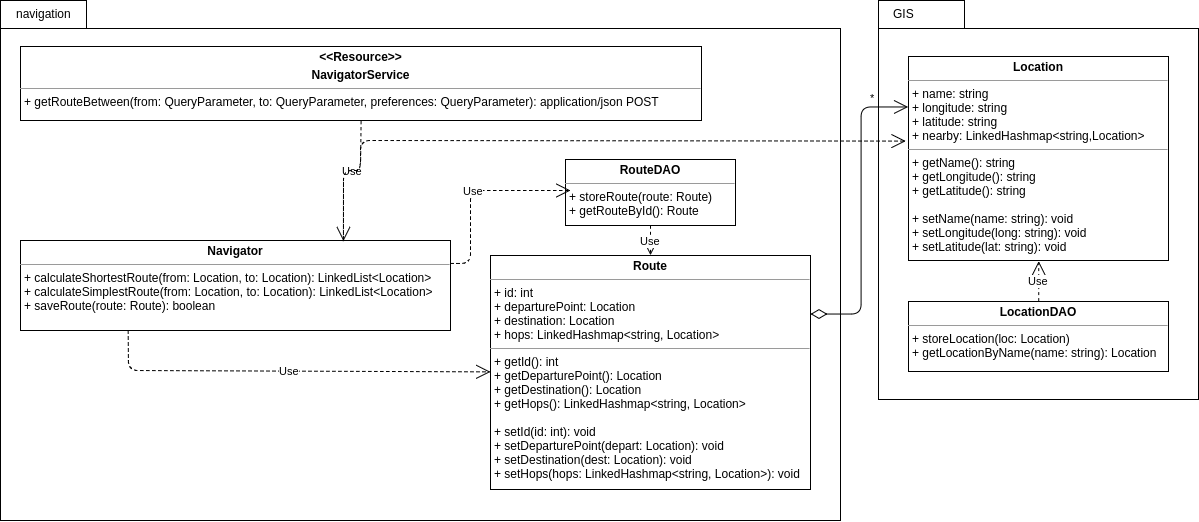
ClaudioMDS/yacc_team_round_2 keeps this draw.io diagram as images/class/NavigationClassDiagram.png. Above is the earlier version. Source tidied: cells renumbered, new cells last; positions are measured from the earlier drawing's top-left corner, leaving out a move shared by most shapes.
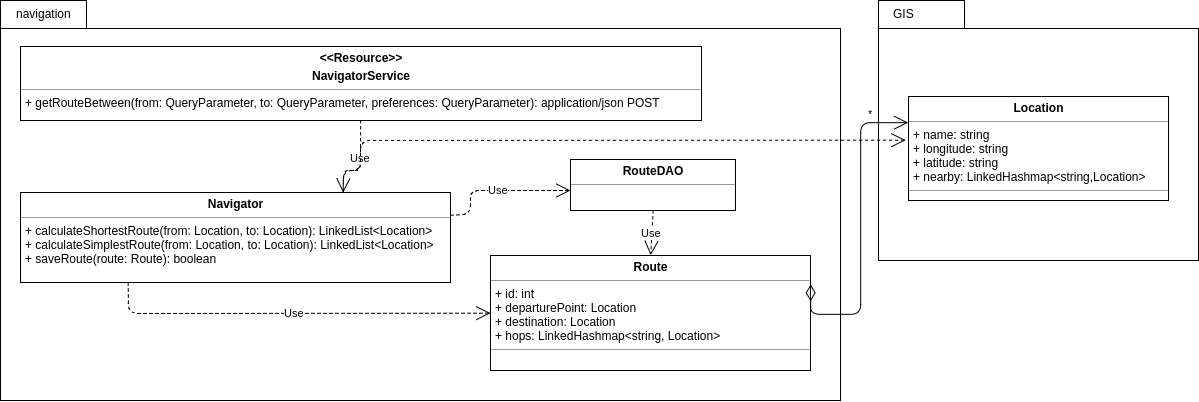
Above is the later version.

Commit message:
Updated class diagram PNGs

What changed in the source:
```diff
@@ -2,39 +2,33 @@
   <root>
     <mxCell id="0" style="html=1;" />
     <mxCell id="1" style="html=1;" parent="0" />
-    <mxCell id="2" style="shape=folder;fontStyle=1;spacingTop=10;tabWidth=86;tabHeight=28;tabPosition=left;html=1;" parent="1" vertex="1">
-      <mxGeometry x="878" width="320" height="399" as="geometry" />
-    </mxCell>
-    <mxCell id="3" style="shape=folder;fontStyle=1;spacingTop=10;tabWidth=86;tabHeight=28;tabPosition=left;html=1;" parent="1" vertex="1">
-      <mxGeometry width="840" height="520" as="geometry" />
-    </mxCell>
-    <mxCell id="4" value="&lt;p style=&quot;margin: 0px ; margin-top: 4px ; text-align: center&quot;&gt;&lt;b&gt;Location&lt;/b&gt;&lt;/p&gt;&lt;hr size=&quot;1&quot;&gt;&lt;p style=&quot;margin: 0px ; margin-left: 4px&quot;&gt;+ name: string&lt;/p&gt;&lt;p style=&quot;margin: 0px ; margin-left: 4px&quot;&gt;+ longitude: string&lt;br&gt;&lt;/p&gt;&lt;p style=&quot;margin: 0px ; margin-left: 4px&quot;&gt;+ latitude: string&lt;/p&gt;&lt;p style=&quot;margin: 0px ; margin-left: 4px&quot;&gt;+ nearby: LinkedHashmap&amp;lt;string,Location&amp;gt;&lt;/p&gt;&lt;hr size=&quot;1&quot;&gt;&lt;p style=&quot;margin: 0px ; margin-left: 4px&quot;&gt;+ getName(): string&lt;/p&gt;&lt;p style=&quot;margin: 0px ; margin-left: 4px&quot;&gt;+ getLongitude(): string&lt;/p&gt;&lt;p style=&quot;margin: 0px ; margin-left: 4px&quot;&gt;+ getLatitude(): string&lt;/p&gt;&lt;p style=&quot;margin: 0px ; margin-left: 4px&quot;&gt;&lt;br&gt;&lt;/p&gt;&lt;p style=&quot;margin: 0px ; margin-left: 4px&quot;&gt;+ setName(name: string): void&lt;/p&gt;&lt;p style=&quot;margin: 0px ; margin-left: 4px&quot;&gt;+ setLongitude(long: string): void&lt;/p&gt;&lt;p style=&quot;margin: 0px ; margin-left: 4px&quot;&gt;+ setLatitude(lat: string): void&lt;/p&gt;" style="verticalAlign=top;align=left;overflow=fill;fontSize=12;fontFamily=Helvetica;html=1;" parent="1" vertex="1">
-      <mxGeometry x="908" y="56" width="260" height="204" as="geometry" />
-    </mxCell>
+    <mxCell id="19" style="shape=folder;fontStyle=1;spacingTop=10;tabWidth=86;tabHeight=28;tabPosition=left;html=1;" parent="1" vertex="1">
+      <mxGeometry x="878" width="320" height="260" as="geometry" />
+    </mxCell>
+    <mxCell id="20" style="shape=folder;fontStyle=1;spacingTop=10;tabWidth=86;tabHeight=28;tabPosition=left;html=1;" parent="1" vertex="1">
+      <mxGeometry width="840" height="400" as="geometry" />
+    </mxCell>
+    <mxCell id="21" value="&lt;p style=&quot;margin: 0px ; margin-top: 4px ; text-align: center&quot;&gt;&lt;b&gt;Location&lt;/b&gt;&lt;/p&gt;&lt;hr size=&quot;1&quot;&gt;&lt;p style=&quot;margin: 0px ; margin-left: 4px&quot;&gt;+ name: string&lt;/p&gt;&lt;p style=&quot;margin: 0px ; margin-left: 4px&quot;&gt;+ longitude: string&lt;br&gt;&lt;/p&gt;&lt;p style=&quot;margin: 0px ; margin-left: 4px&quot;&gt;+ latitude: string&lt;/p&gt;&lt;p style=&quot;margin: 0px ; margin-left: 4px&quot;&gt;+ nearby: LinkedHashmap&amp;lt;string,Location&amp;gt;&lt;/p&gt;&lt;hr size=&quot;1&quot;&gt;&lt;p style=&quot;margin: 0px ; margin-left: 4px&quot;&gt;&lt;br&gt;&lt;/p&gt;" style="verticalAlign=top;align=left;overflow=fill;fontSize=12;fontFamily=Helvetica;html=1;" parent="1" vertex="1">
+      <mxGeometry x="908" y="96" width="260" height="104" as="geometry" />
+    </mxCell>
     <mxCell id="5" value="navigation" style="text;html=1;strokeColor=none;fillColor=none;align=left;verticalAlign=top;spacingLeft=4;spacingRight=4;whiteSpace=wrap;overflow=hidden;" parent="1" vertex="1">
       <mxGeometry x="10" width="100" height="39.6" as="geometry" />
     </mxCell>
     <mxCell id="6" value="&lt;p style=&quot;margin: 0px ; margin-top: 4px ; text-align: center&quot;&gt;&lt;b&gt;Navigator&lt;/b&gt;&lt;/p&gt;&lt;hr size=&quot;1&quot;&gt;&lt;p style=&quot;margin: 0px ; margin-left: 4px&quot;&gt;&lt;/p&gt;&lt;p style=&quot;margin: 0px ; margin-left: 4px&quot;&gt;&lt;span&gt;+ calculateShortestRoute(from: Location, to: Location): LinkedList&amp;lt;Location&amp;gt;&lt;/span&gt;&lt;br&gt;&lt;/p&gt;&lt;p style=&quot;margin: 0px ; margin-left: 4px&quot;&gt;&lt;span&gt;+ calculateSimplestRoute(&lt;/span&gt;&lt;span&gt;from: Location, to: Location&lt;/span&gt;&lt;span&gt;): LinkedList&amp;lt;Location&amp;gt;&lt;/span&gt;&lt;/p&gt;&lt;p style=&quot;margin: 0px ; margin-left: 4px&quot;&gt;&lt;span&gt;+&amp;nbsp;&lt;/span&gt;&lt;span&gt;saveRoute(route: Route): boolean&lt;/span&gt;&lt;/p&gt;" style="verticalAlign=top;align=left;overflow=fill;fontSize=12;fontFamily=Helvetica;html=1;" parent="1" vertex="1">
-      <mxGeometry x="20" y="240" width="430" height="90" as="geometry" />
+      <mxGeometry x="20" y="192" width="430" height="90" as="geometry" />
     </mxCell>
     <mxCell id="7" value="&lt;p style=&quot;margin: 0px ; margin-top: 4px ; text-align: center&quot;&gt;&lt;b&gt;&amp;lt;&amp;lt;Resource&amp;gt;&amp;gt;&lt;/b&gt;&lt;/p&gt;&lt;p style=&quot;margin: 0px ; margin-top: 4px ; text-align: center&quot;&gt;&lt;b&gt;NavigatorService&lt;/b&gt;&lt;/p&gt;&lt;hr size=&quot;1&quot;&gt;&lt;p style=&quot;margin: 0px ; margin-left: 4px&quot;&gt;&lt;span&gt;+ getRouteBetween(from: QueryParameter, to: QueryParameter, preferences: QueryParameter): application/json POST&lt;/span&gt;&lt;/p&gt;" style="verticalAlign=top;align=left;overflow=fill;fontSize=12;fontFamily=Helvetica;html=1;" parent="1" vertex="1">
       <mxGeometry x="20" y="46" width="681" height="74" as="geometry" />
     </mxCell>
-    <mxCell id="8" value="&lt;p style=&quot;margin: 0px ; margin-top: 4px ; text-align: center&quot;&gt;&lt;b&gt;LocationDAO&lt;/b&gt;&lt;/p&gt;&lt;hr size=&quot;1&quot;&gt;&lt;p style=&quot;margin: 0px ; margin-left: 4px&quot;&gt;&lt;/p&gt;&lt;p style=&quot;margin: 0px ; margin-left: 4px&quot;&gt;&lt;span&gt;+ storeLocation(loc: Location)&lt;/span&gt;&lt;/p&gt;&lt;p style=&quot;margin: 0px ; margin-left: 4px&quot;&gt;&lt;span&gt;+ getLocationByName(name: string): Location&lt;/span&gt;&lt;/p&gt;" style="verticalAlign=top;align=left;overflow=fill;fontSize=12;fontFamily=Helvetica;html=1;" parent="1" vertex="1">
-      <mxGeometry x="908" y="301" width="260" height="70" as="geometry" />
-    </mxCell>
-    <mxCell id="9" value="&lt;p style=&quot;margin: 0px ; margin-top: 4px ; text-align: center&quot;&gt;&lt;b&gt;RouteDAO&lt;/b&gt;&lt;/p&gt;&lt;hr size=&quot;1&quot;&gt;&lt;p style=&quot;margin: 0px ; margin-left: 4px&quot;&gt;&lt;/p&gt;&lt;p style=&quot;margin: 0px ; margin-left: 4px&quot;&gt;&lt;span&gt;+ storeRoute(route: Route)&lt;br&gt;&lt;/span&gt;&lt;/p&gt;&lt;p style=&quot;margin: 0px ; margin-left: 4px&quot;&gt;&lt;span&gt;+ getRouteById(): Route&lt;/span&gt;&lt;/p&gt;" style="verticalAlign=top;align=left;overflow=fill;fontSize=12;fontFamily=Helvetica;html=1;" parent="1" vertex="1">
-      <mxGeometry x="565" y="159" width="170" height="66" as="geometry" />
-    </mxCell>
-    <mxCell id="10" value="&lt;p style=&quot;margin: 0px ; margin-top: 4px ; text-align: center&quot;&gt;&lt;b&gt;Route&lt;/b&gt;&lt;/p&gt;&lt;hr size=&quot;1&quot;&gt;&lt;p style=&quot;margin: 0px ; margin-left: 4px&quot;&gt;+ id: int&lt;/p&gt;&lt;p style=&quot;margin: 0px ; margin-left: 4px&quot;&gt;+ departurePoint: Location&lt;br&gt;&lt;/p&gt;&lt;p style=&quot;margin: 0px ; margin-left: 4px&quot;&gt;+ destination: Location&lt;/p&gt;&lt;p style=&quot;margin: 0px ; margin-left: 4px&quot;&gt;+ hops: LinkedHashmap&amp;lt;string, Location&amp;gt;&lt;/p&gt;&lt;hr size=&quot;1&quot;&gt;&lt;p style=&quot;margin: 0px ; margin-left: 4px&quot;&gt;+ getId(): int&lt;/p&gt;&lt;p style=&quot;margin: 0px ; margin-left: 4px&quot;&gt;+ getDeparturePoint(): Location&lt;/p&gt;&lt;p style=&quot;margin: 0px ; margin-left: 4px&quot;&gt;+ getDestination(): Location&lt;/p&gt;&lt;p style=&quot;margin: 0px ; margin-left: 4px&quot;&gt;+ getHops():&amp;nbsp;&lt;span&gt;LinkedHashmap&amp;lt;string, Location&amp;gt;&lt;/span&gt;&lt;/p&gt;&lt;p style=&quot;margin: 0px ; margin-left: 4px&quot;&gt;&lt;br&gt;&lt;/p&gt;&lt;p style=&quot;margin: 0px ; margin-left: 4px&quot;&gt;+ setId(id: int): void&lt;br&gt;&lt;/p&gt;&lt;p style=&quot;margin: 0px ; margin-left: 4px&quot;&gt;+ setDeparturePoint(depart: Location): void&lt;/p&gt;&lt;p style=&quot;margin: 0px ; margin-left: 4px&quot;&gt;+ setDestination(dest: Location): void&lt;/p&gt;&lt;p style=&quot;margin: 0px ; margin-left: 4px&quot;&gt;+ setHops(hops: LinkedHashmap&amp;lt;string, Location&amp;gt;): void&lt;/p&gt;" style="verticalAlign=top;align=left;overflow=fill;fontSize=12;fontFamily=Helvetica;html=1;" parent="1" vertex="1">
-      <mxGeometry x="490" y="255" width="320" height="234" as="geometry" />
-    </mxCell>
+    <mxCell id="22" value="&lt;p style=&quot;margin: 0px ; margin-top: 4px ; text-align: center&quot;&gt;&lt;b&gt;RouteDAO&lt;/b&gt;&lt;/p&gt;&lt;hr size=&quot;1&quot;&gt;&lt;p style=&quot;margin: 0px ; margin-left: 4px&quot;&gt;&lt;/p&gt;&lt;p style=&quot;margin: 0px ; margin-left: 4px&quot;&gt;&lt;br&gt;&lt;/p&gt;" style="verticalAlign=top;align=left;overflow=fill;fontSize=12;fontFamily=Helvetica;html=1;" parent="1" vertex="1">
+      <mxGeometry x="570" y="159" width="165" height="51" as="geometry" />
+    </mxCell>
+    <mxCell id="23" value="&lt;p style=&quot;margin: 0px ; margin-top: 4px ; text-align: center&quot;&gt;&lt;b&gt;Route&lt;/b&gt;&lt;/p&gt;&lt;hr size=&quot;1&quot;&gt;&lt;p style=&quot;margin: 0px ; margin-left: 4px&quot;&gt;+ id: int&lt;/p&gt;&lt;p style=&quot;margin: 0px ; margin-left: 4px&quot;&gt;+ departurePoint: Location&lt;br&gt;&lt;/p&gt;&lt;p style=&quot;margin: 0px ; margin-left: 4px&quot;&gt;+ destination: Location&lt;/p&gt;&lt;p style=&quot;margin: 0px ; margin-left: 4px&quot;&gt;+ hops: LinkedHashmap&amp;lt;string, Location&amp;gt;&lt;/p&gt;&lt;hr size=&quot;1&quot;&gt;&lt;p style=&quot;margin: 0px ; margin-left: 4px&quot;&gt;&lt;br&gt;&lt;/p&gt;" style="verticalAlign=top;align=left;overflow=fill;fontSize=12;fontFamily=Helvetica;html=1;" parent="1" vertex="1">
+      <mxGeometry x="490" y="255" width="320" height="115" as="geometry" />
+    </mxCell>
-    <mxCell id="11" value="Use" style="endArrow=open;endSize=12;dashed=1;html=1;entryX=0.5;entryY=0;exitX=0.5;exitY=1;" parent="1" edge="1" source="9" target="10">
+    <mxCell id="11" value="Use" style="endArrow=open;endSize=12;dashed=1;html=1;entryX=0.5;entryY=0;exitX=0.5;exitY=1;" parent="1" edge="1" source="22" target="23">
       <mxGeometry relative="1" as="geometry" />
     </mxCell>
-    <mxCell id="12" value="Use" style="endArrow=open;endSize=12;dashed=1;html=1;exitX=0.5;exitY=0;entryX=0.5;entryY=1;" parent="1" edge="1" source="8" target="4">
-      <mxGeometry relative="1" as="geometry" />
-    </mxCell>
     <mxCell id="13" value="Use" style="endArrow=open;endSize=12;dashed=1;html=1;exitX=0.5;exitY=1;entryX=0.75;entryY=0;" parent="1" edge="1" source="7" target="6">
       <mxGeometry x="-0.15" relative="1" as="geometry">
         <Array as="points">
@@ -46,10 +40,10 @@
     <mxCell id="14" value="GIS" style="text;html=1;strokeColor=none;fillColor=none;align=left;verticalAlign=top;spacingLeft=4;spacingRight=4;whiteSpace=wrap;overflow=hidden;" parent="1" vertex="1">
       <mxGeometry x="887" width="100" height="39.6" as="geometry" />
     </mxCell>
-    <mxCell id="15" value="Use" style="endArrow=open;endSize=12;dashed=1;html=1;exitX=0.25;exitY=1;" parent="1" edge="1" source="6" target="10">
+    <mxCell id="15" value="Use" style="endArrow=open;endSize=12;dashed=1;html=1;exitX=0.25;exitY=1;" parent="1" edge="1" source="6" target="23">
       <mxGeometry relative="1" as="geometry">
         <Array as="points">
-          <mxPoint x="128" y="370" />
+          <mxPoint x="128" y="313" />
         </Array>
       </mxGeometry>
     </mxCell>
@@ -57,27 +51,28 @@
       <mxGeometry relative="1" as="geometry">
         <mxPoint x="570" y="190" as="targetPoint" />
         <Array as="points">
-          <mxPoint x="470" y="263" />
+          <mxPoint x="470" y="214" />
           <mxPoint x="470" y="190" />
         </Array>
       </mxGeometry>
     </mxCell>
-    <mxCell id="17" value="*" style="endArrow=open;html=1;endSize=12;startArrow=diamondThin;startSize=14;startFill=0;edgeStyle=orthogonalEdgeStyle;align=left;verticalAlign=bottom;exitX=1;exitY=0.25;entryX=0;entryY=0.25;" parent="1" edge="1" source="10" target="4">
+    <mxCell id="17" value="*" style="endArrow=open;html=1;endSize=12;startArrow=diamondThin;startSize=14;startFill=0;edgeStyle=orthogonalEdgeStyle;align=left;verticalAlign=bottom;exitX=1;exitY=0.25;entryX=0;entryY=0.25;" parent="1" edge="1" source="23" target="21">
       <mxGeometry x="0.74" relative="1" as="geometry">
         <Array as="points">
+          <mxPoint x="810" y="314" />
           <mxPoint x="860" y="314" />
-          <mxPoint x="860" y="107" />
+          <mxPoint x="860" y="122" />
         </Array>
       </mxGeometry>
     </mxCell>
-    <mxCell id="18" style="endArrow=open;endSize=12;dashed=1;html=1;exitX=0.75;exitY=0;entryX=-0.012;entryY=0.417;entryPerimeter=0;" parent="1" edge="1" source="6" target="4">
-      <mxGeometry x="-0.04" y="-1" relative="1" as="geometry">
-        <Array as="points">
-          <mxPoint x="343" y="170" />
-          <mxPoint x="360" y="170" />
-          <mxPoint x="360" y="140" />
-        </Array>
-      </mxGeometry>
-    </mxCell>
+    <mxCell id="24" style="endArrow=open;endSize=12;dashed=1;html=1;exitX=0.75;exitY=0;entryX=-0.012;entryY=0.417;entryPerimeter=0;" parent="1" edge="1" source="6" target="21">
+      <mxGeometry x="-0.04" y="-1" relative="1" as="geometry">
+        <Array as="points">
+          <mxPoint x="343" y="170" />
+          <mxPoint x="360" y="170" />
+          <mxPoint x="360" y="140" />
+        </Array>
+      </mxGeometry>
+    </mxCell>
   </root>
 </mxGraphModel>
```
